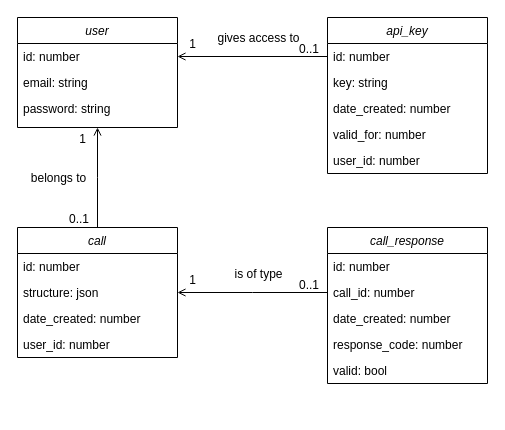
tlacuilose/HealthcheckAPI keeps this draw.io diagram as classes-healthcheck.drawio. Above is the earlier version. Source tidied: cells renumbered, new cells numbered last; positions are measured from the earlier drawing's top-left corner, leaving out a move shared by most shapes. Both pictures are drawn from the tidied source at 100%, with x=0, y=0 at pixel (17, 17).
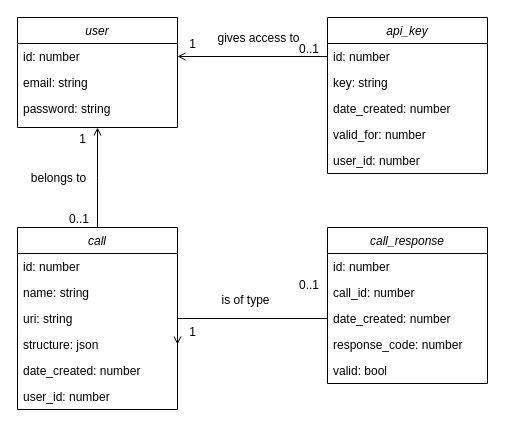
The same page after the edit.

What changed in the source:
```diff
@@
     <mxCell id="16" value="call" style="swimlane;fontStyle=2;align=center;verticalAlign=top;horizontal=1;startSize=26;rounded=0;shadow=0;strokeWidth=1;" parent="1" vertex="1">
-      <mxGeometry y="210" width="160" height="130" as="geometry" />
+      <mxGeometry y="210" width="160" height="182" as="geometry" />
     </mxCell>
@@
+    <mxCell id="35" value="name: string" style="text;align=left;verticalAlign=top;spacingLeft=4;spacingRight=4;overflow=hidden;" parent="16" vertex="1">
+      <mxGeometry y="52" width="160" height="26" as="geometry" />
+    </mxCell>
+    <mxCell id="36" value="uri: string" style="text;align=left;verticalAlign=top;spacingLeft=4;spacingRight=4;overflow=hidden;" parent="16" vertex="1">
+      <mxGeometry y="78" width="160" height="26" as="geometry" />
+    </mxCell>
     <mxCell id="18" value="structure: json" style="text;align=left;verticalAlign=top;spacingLeft=4;spacingRight=4;overflow=hidden;points=[[0,0.5],[1,0.5]];portConstraint=eastwest;rounded=0;shadow=0;html=0;" parent="16" vertex="1">
-      <mxGeometry y="52" width="160" height="26" as="geometry" />
+      <mxGeometry y="104" width="160" height="26" as="geometry" />
     </mxCell>
     <mxCell id="19" value="date_created: number" style="text;align=left;verticalAlign=top;spacingLeft=4;spacingRight=4;overflow=hidden;rounded=0;shadow=0;html=0;" parent="16" vertex="1">
-      <mxGeometry y="78" width="160" height="26" as="geometry" />
+      <mxGeometry y="130" width="160" height="26" as="geometry" />
     </mxCell>
     <mxCell id="20" value="user_id: number" style="text;align=left;verticalAlign=top;spacingLeft=4;spacingRight=4;overflow=hidden;rounded=0;shadow=0;html=0;" parent="16" vertex="1">
-      <mxGeometry y="104" width="160" height="26" as="geometry" />
+      <mxGeometry y="156" width="160" height="26" as="geometry" />
     </mxCell>
```
